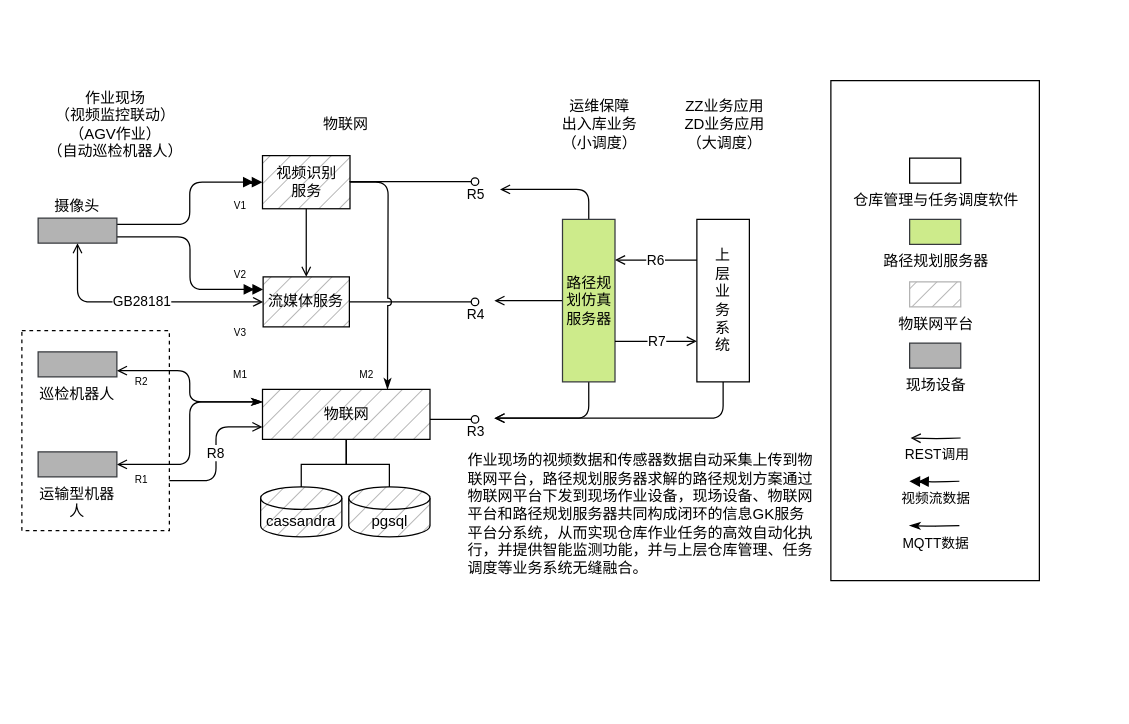
This is page "软件架构" (3 of 5) of docs/architecture.drawio from lvyv/mptools, a draw.io file, before an edit. Source tidied: cells renumbered, new cells numbered last; positions are measured from the earlier drawing's top-left corner, leaving out a move shared by most shapes. Both pictures are drawn from the tidied source at 125%, with x=0, y=0 at pixel (21, 80).
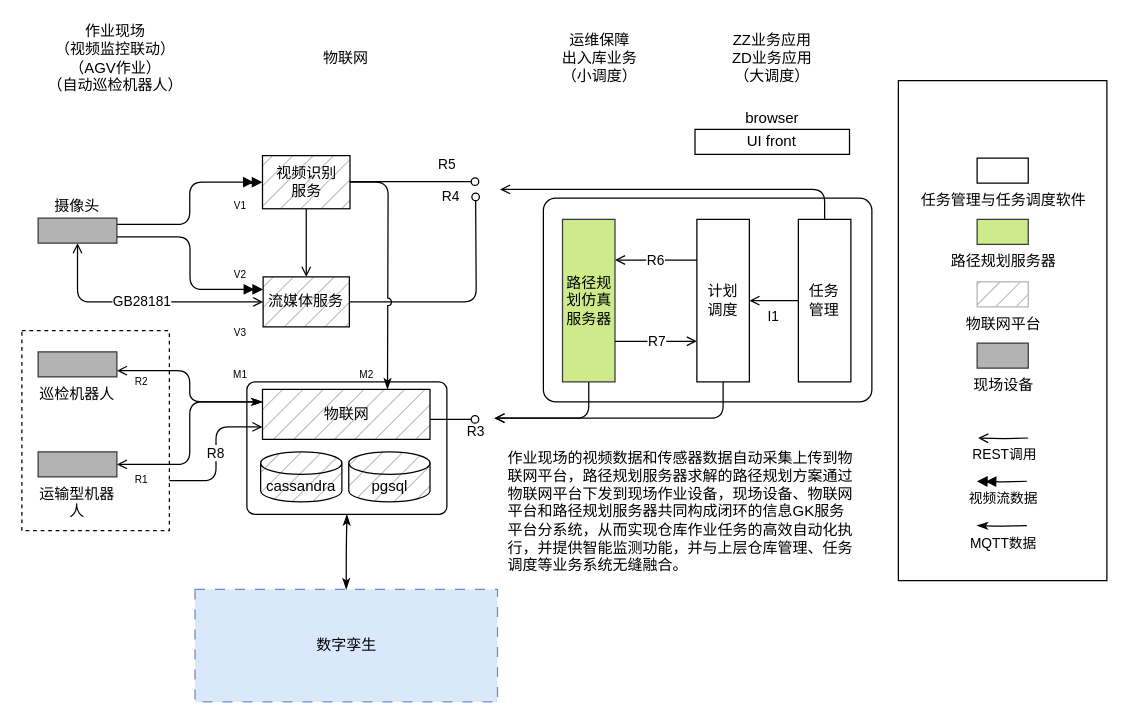
After the change.

The change refers to these unchanged cells:
```xml
<mxCell id="8" value="物联网" style="rounded=0;whiteSpace=wrap;html=1;align=center;fillColor=#B3B3B3;strokeColor=#000000;fontColor=#000000;fillStyle=hatch;" parent="1" vertex="1">
  <mxGeometry x="192.5" y="247" width="134" height="40" as="geometry" />
</mxCell>
<mxCell id="11" value="流媒体服务" style="rounded=0;whiteSpace=wrap;html=1;fontColor=#000000;fillColor=#B3B3B3;fillStyle=hatch;strokeColor=#000000;" parent="1" vertex="1">
  <mxGeometry x="193" y="157" width="69" height="40" as="geometry" />
</mxCell>
<mxCell id="37" value="路径规划仿真服务器" style="rounded=0;whiteSpace=wrap;html=1;shadow=0;labelBackgroundColor=none;fillColor=#cdeb8b;strokeColor=#36393d;labelPosition=center;verticalLabelPosition=middle;align=center;verticalAlign=middle;horizontal=0;rotation=90;" parent="1" vertex="1">
  <mxGeometry x="388.5" y="155" width="130" height="42" as="geometry" />
</mxCell>
```

Diff of the diagram source:
```diff
@@
+    <mxCell id="53" style="rounded=1;whiteSpace=wrap;html=1;arcSize=6;" parent="1" vertex="1">
+      <mxGeometry x="417.2" y="94" width="262.8" height="163" as="geometry" />
+    </mxCell>
+    <mxCell id="54" style="rounded=1;whiteSpace=wrap;html=1;arcSize=6;" parent="1" vertex="1">
+      <mxGeometry x="180" y="241" width="160" height="106" as="geometry" />
+    </mxCell>
@@
     <mxCell id="3" style="rounded=0;whiteSpace=wrap;html=1;" parent="1" vertex="1">
-      <mxGeometry x="647.2" width="166.8" height="400" as="geometry" />
+      <mxGeometry x="701.2" width="166.8" height="400" as="geometry" />
     </mxCell>
@@
-    <mxCell id="5" style="edgeStyle=orthogonalEdgeStyle;rounded=0;jettySize=auto;html=1;endArrow=none;endFill=0;startArrow=none;startFill=0;" parent="1" edge="1" source="8" target="48">
-      <mxGeometry relative="1" as="geometry" />
-    </mxCell>
-    <mxCell id="6" style="edgeStyle=orthogonalEdgeStyle;rounded=0;jettySize=auto;html=1;fontColor=#000000;startArrow=none;startFill=0;endArrow=none;endFill=0;entryX=0.5;entryY=0;entryDx=0;entryDy=0;entryPerimeter=0;" parent="1" edge="1" source="8" target="49">
-      <mxGeometry relative="1" as="geometry" />
-    </mxCell>
@@
     <mxCell id="10" value="R4" style="edgeStyle=orthogonalEdgeStyle;rounded=1;jettySize=auto;html=1;fontColor=#000000;startArrow=none;startFill=0;endArrow=oval;endFill=0;labelBackgroundColor=none;" parent="1" edge="1" source="11">
-      <mxGeometry x="1" y="-10" relative="1" as="geometry">
-        <mxPoint x="362.5" y="177" as="targetPoint" />
+      <mxGeometry x="1" y="20" relative="1" as="geometry">
+        <mxPoint x="363" y="93" as="targetPoint" />
       </mxGeometry>
     </mxCell>
@@
     <mxCell id="18" value="R5" style="edgeStyle=orthogonalEdgeStyle;rounded=1;orthogonalLoop=1;jettySize=auto;html=1;fontColor=#000000;startArrow=none;startFill=0;endArrow=oval;endFill=0;labelBackgroundColor=none;" parent="1" edge="1">
-      <mxGeometry x="1" y="-10" relative="1" as="geometry">
+      <mxGeometry x="0.55" y="14" relative="1" as="geometry">
         <mxPoint x="262" y="80.8" as="sourcePoint" />
         <mxPoint x="362.5" y="80.8" as="targetPoint" />
       </mxGeometry>
     </mxCell>
-    <mxCell id="19" style="edgeStyle=orthogonalEdgeStyle;rounded=1;jettySize=auto;html=1;fontColor=#000000;startArrow=none;startFill=0;endArrow=open;endFill=0;exitX=0;exitY=0.5;exitDx=0;exitDy=0;" parent="1" edge="1" source="37">
+    <mxCell id="19" style="edgeStyle=orthogonalEdgeStyle;rounded=1;jettySize=auto;html=1;fontColor=#000000;startArrow=none;startFill=0;endArrow=open;endFill=0;exitX=0;exitY=0.5;exitDx=0;exitDy=0;" parent="1" edge="1" source="55">
       <mxGeometry relative="1" as="geometry">
         <mxPoint x="382.5" y="87" as="targetPoint" />
         <Array as="points">
-          <mxPoint x="453" y="87" />
+          <mxPoint x="642" y="87" />
         </Array>
       </mxGeometry>
     </mxCell>
-    <mxCell id="20" value="上&lt;br&gt;层&lt;br&gt;业&lt;br&gt;务&lt;br&gt;系&lt;br&gt;统" style="rounded=0;whiteSpace=wrap;html=1;shadow=0;labelBackgroundColor=none;labelPosition=center;verticalLabelPosition=middle;align=center;verticalAlign=middle;horizontal=0;rotation=90;" parent="1" vertex="1">
+    <mxCell id="20" value="计划&lt;br&gt;调度" style="rounded=0;whiteSpace=wrap;html=1;shadow=0;labelBackgroundColor=none;labelPosition=center;verticalLabelPosition=middle;align=center;verticalAlign=middle;horizontal=0;rotation=90;" parent="1" vertex="1">
       <mxGeometry x="496" y="155" width="130" height="42" as="geometry" />
     </mxCell>
@@
     <mxCell id="22" value="REST调用" style="edgeStyle=orthogonalEdgeStyle;rounded=1;orthogonalLoop=1;jettySize=auto;html=1;fontColor=#000000;startArrow=none;startFill=0;endArrow=open;endFill=0;exitX=0;exitY=0.5;exitDx=0;exitDy=0;entryX=1;entryY=0.5;entryDx=0;entryDy=0;verticalAlign=top;labelBackgroundColor=none;labelPosition=center;verticalLabelPosition=bottom;align=center;" parent="1" edge="1">
       <mxGeometry relative="1" as="geometry">
-        <mxPoint x="751" y="285.9" as="sourcePoint" />
-        <mxPoint x="711" y="285.9" as="targetPoint" />
+        <mxPoint x="805" y="285.9" as="sourcePoint" />
+        <mxPoint x="765" y="285.9" as="targetPoint" />
       </mxGeometry>
     </mxCell>
     <mxCell id="23" value="MQTT数据" style="edgeStyle=orthogonalEdgeStyle;rounded=1;orthogonalLoop=1;jettySize=auto;html=1;fontColor=#000000;startArrow=none;startFill=0;endArrow=classicThin;endFill=1;exitX=0;exitY=0.5;exitDx=0;exitDy=0;entryX=1;entryY=0.5;entryDx=0;entryDy=0;verticalAlign=top;labelBackgroundColor=none;labelPosition=center;verticalLabelPosition=bottom;align=center;" parent="1" edge="1">
       <mxGeometry relative="1" as="geometry">
-        <mxPoint x="750" y="356" as="sourcePoint" />
-        <mxPoint x="710" y="356" as="targetPoint" />
+        <mxPoint x="804" y="356" as="sourcePoint" />
+        <mxPoint x="764" y="356" as="targetPoint" />
       </mxGeometry>
     </mxCell>
     <mxCell id="24" value="视频流数据" style="edgeStyle=orthogonalEdgeStyle;rounded=1;orthogonalLoop=1;jettySize=auto;html=1;fontColor=#000000;startArrow=none;startFill=0;endArrow=doubleBlock;endFill=1;exitX=0;exitY=0.5;exitDx=0;exitDy=0;entryX=1;entryY=0.5;entryDx=0;entryDy=0;verticalAlign=top;labelBackgroundColor=none;labelPosition=center;verticalLabelPosition=bottom;align=center;" parent="1" edge="1">
       <mxGeometry relative="1" as="geometry">
-        <mxPoint x="750" y="320.5" as="sourcePoint" />
-        <mxPoint x="710" y="320.5" as="targetPoint" />
+        <mxPoint x="804" y="320.5" as="sourcePoint" />
+        <mxPoint x="764" y="320.5" as="targetPoint" />
       </mxGeometry>
     </mxCell>
@@
     <mxCell id="32" value="ZZ业务应用&lt;br&gt;ZD业务应用&lt;br&gt;（大调度）" style="text;html=1;strokeColor=none;fillColor=none;align=center;verticalAlign=middle;whiteSpace=wrap;rounded=0;" parent="1" vertex="1">
-      <mxGeometry x="512.2" y="20" width="100.5" height="30" as="geometry" />
+      <mxGeometry x="550" y="-33" width="100.5" height="30" as="geometry" />
     </mxCell>
     <mxCell id="33" value="运维保障&lt;br&gt;出入库业务&lt;br&gt;（小调度）" style="text;html=1;strokeColor=none;fillColor=none;align=center;verticalAlign=middle;whiteSpace=wrap;rounded=0;" parent="1" vertex="1">
-      <mxGeometry x="412.2" y="20" width="100.5" height="30" as="geometry" />
+      <mxGeometry x="412.2" y="-33" width="100.5" height="30" as="geometry" />
     </mxCell>
     <mxCell id="34" value="物联网" style="text;html=1;strokeColor=none;fillColor=none;align=center;verticalAlign=middle;whiteSpace=wrap;rounded=0;" parent="1" vertex="1">
-      <mxGeometry x="209.2" y="20" width="100.5" height="30" as="geometry" />
+      <mxGeometry x="209.2" y="-33" width="100.5" height="30" as="geometry" />
     </mxCell>
     <mxCell id="35" value="作业现场&lt;br&gt;（视频监控联动）&lt;br&gt;（AGV作业）&lt;br&gt;（自动巡检机器人）" style="text;html=1;strokeColor=none;fillColor=none;align=center;verticalAlign=middle;whiteSpace=wrap;rounded=0;" parent="1" vertex="1">
-      <mxGeometry x="16" y="20" width="117.5" height="30" as="geometry" />
+      <mxGeometry x="16" y="-33" width="117.5" height="30" as="geometry" />
     </mxCell>
-    <mxCell id="36" style="edgeStyle=orthogonalEdgeStyle;rounded=0;jettySize=auto;html=1;endArrow=open;endFill=0;" parent="1" edge="1" source="37">
-      <mxGeometry relative="1" as="geometry">
-        <mxPoint x="378" y="176" as="targetPoint" />
-      </mxGeometry>
-    </mxCell>
@@
     <mxCell id="43" value="物联网平台" style="rounded=0;html=1;shadow=0;labelBackgroundColor=#ffffff;fillColor=#B3B3B3;labelPosition=center;verticalLabelPosition=bottom;align=center;verticalAlign=top;strokeColor=#B3B3B3;fontColor=#000000;fillStyle=hatch;" parent="1" vertex="1">
-      <mxGeometry x="710.2" y="161" width="40.9" height="20" as="geometry" />
+      <mxGeometry x="764.2" y="161" width="40.9" height="20" as="geometry" />
     </mxCell>
     <mxCell id="44" value="路径规划服务器" style="rounded=0;html=1;shadow=0;labelBackgroundColor=#ffffff;fillColor=#cdeb8b;strokeColor=#36393d;labelPosition=center;verticalLabelPosition=bottom;align=center;verticalAlign=top;" parent="1" vertex="1">
-      <mxGeometry x="710.2" y="111" width="40.9" height="20" as="geometry" />
+      <mxGeometry x="764.2" y="111" width="40.9" height="20" as="geometry" />
     </mxCell>
-    <mxCell id="45" value="仓库管理与任务调度软件" style="rounded=0;html=1;shadow=0;labelBackgroundColor=#ffffff;labelPosition=center;verticalLabelPosition=bottom;align=center;verticalAlign=top;" parent="1" vertex="1">
-      <mxGeometry x="710.2" y="62" width="40.9" height="20" as="geometry" />
+    <mxCell id="45" value="任务管理与任务调度软件" style="rounded=0;html=1;shadow=0;labelBackgroundColor=#ffffff;labelPosition=center;verticalLabelPosition=bottom;align=center;verticalAlign=top;" parent="1" vertex="1">
+      <mxGeometry x="764.2" y="62" width="40.9" height="20" as="geometry" />
     </mxCell>
     <mxCell id="46" value="&lt;font color=&quot;#000000&quot;&gt;现场设备&lt;/font&gt;" style="rounded=0;html=1;shadow=0;labelBackgroundColor=#ffffff;fillColor=#B3B3B3;labelPosition=center;verticalLabelPosition=bottom;align=center;verticalAlign=top;strokeColor=#36393d;" parent="1" vertex="1">
-      <mxGeometry x="710.2" y="210" width="40.9" height="20" as="geometry" />
+      <mxGeometry x="764.2" y="210" width="40.9" height="20" as="geometry" />
     </mxCell>
     <mxCell id="47" value="作业现场的视频数据和传感器数据自动采集上传到物联网平台，路径规划服务器求解的路径规划方案通过物联网平台下发到现场作业设备，现场设备、物联网平台和路径规划服务器共同构成闭环的信息GK服务平台分系统，从而实现仓库作业任务的高效自动化执行，并提供智能监测功能，并与上层仓库管理、任务调度等业务系统无缝融合。" style="text;html=1;strokeColor=none;fillColor=none;align=left;verticalAlign=middle;whiteSpace=wrap;rounded=0;" parent="1" vertex="1">
-      <mxGeometry x="355" y="317" width="283" height="60" as="geometry" />
+      <mxGeometry x="387.2" y="315" width="283" height="60" as="geometry" />
     </mxCell>
     <mxCell id="48" value="cassandra" style="shape=cylinder3;whiteSpace=wrap;html=1;boundedLbl=1;backgroundOutline=1;size=9;align=center;fillColor=#B3B3B3;fontColor=#000000;strokeColor=#000000;fillStyle=hatch;" parent="1" vertex="1">
-      <mxGeometry x="191" y="325" width="65" height="40" as="geometry" />
+      <mxGeometry x="191" y="297" width="65" height="40" as="geometry" />
     </mxCell>
     <mxCell id="49" value="pgsql" style="shape=cylinder3;whiteSpace=wrap;html=1;boundedLbl=1;backgroundOutline=1;size=9;align=center;fillColor=#B3B3B3;fontColor=#000000;strokeColor=#000000;fillStyle=hatch;" parent="1" vertex="1">
-      <mxGeometry x="261.5" y="325" width="65" height="40" as="geometry" />
+      <mxGeometry x="261.5" y="297" width="65" height="40" as="geometry" />
     </mxCell>
@@
+    <mxCell id="55" value="任务&lt;br&gt;管理" style="rounded=0;whiteSpace=wrap;html=1;shadow=0;labelBackgroundColor=none;labelPosition=center;verticalLabelPosition=middle;align=center;verticalAlign=middle;horizontal=0;rotation=90;" parent="1" vertex="1">
+      <mxGeometry x="577.2" y="155" width="130" height="42" as="geometry" />
+    </mxCell>
+    <mxCell id="56" value="I1" style="edgeStyle=orthogonalEdgeStyle;rounded=1;jettySize=auto;html=1;fontColor=#000000;startArrow=none;startFill=0;endArrow=open;endFill=0;exitX=0.5;exitY=1;exitDx=0;exitDy=0;verticalAlign=top;labelBackgroundColor=none;labelPosition=center;verticalLabelPosition=bottom;align=center;" parent="1" edge="1" source="55" target="20">
+      <mxGeometry relative="1" as="geometry" />
+    </mxCell>
+    <mxCell id="57" value="browser" style="rounded=0;html=1;shadow=0;labelBackgroundColor=#ffffff;labelPosition=center;verticalLabelPosition=top;align=center;verticalAlign=bottom;" parent="1" vertex="1">
+      <mxGeometry x="538.5" y="39" width="123.6" height="20" as="geometry" />
+    </mxCell>
+    <mxCell id="58" value="数字孪生" style="rounded=0;whiteSpace=wrap;html=1;fillColor=#dae8fc;strokeColor=#6c8ebf;dashed=1;dashPattern=8 8;" parent="1" vertex="1">
+      <mxGeometry x="138.5" y="407" width="242" height="90" as="geometry" />
+    </mxCell>
+    <mxCell id="59" value="UI front" style="text;html=1;strokeColor=none;fillColor=none;align=center;verticalAlign=middle;whiteSpace=wrap;rounded=0;" parent="1" vertex="1">
+      <mxGeometry x="570.2" y="34" width="60" height="30" as="geometry" />
+    </mxCell>
+    <mxCell id="60" style="edgeStyle=orthogonalEdgeStyle;rounded=1;jettySize=auto;html=1;fontColor=#000000;startArrow=classicThin;startFill=1;endArrow=classicThin;endFill=1;entryX=0.5;entryY=1;entryDx=0;entryDy=0;verticalAlign=top;labelBackgroundColor=none;labelPosition=center;verticalLabelPosition=bottom;align=center;" parent="1" edge="1" source="58" target="54">
+      <mxGeometry relative="1" as="geometry" />
+    </mxCell>
```
